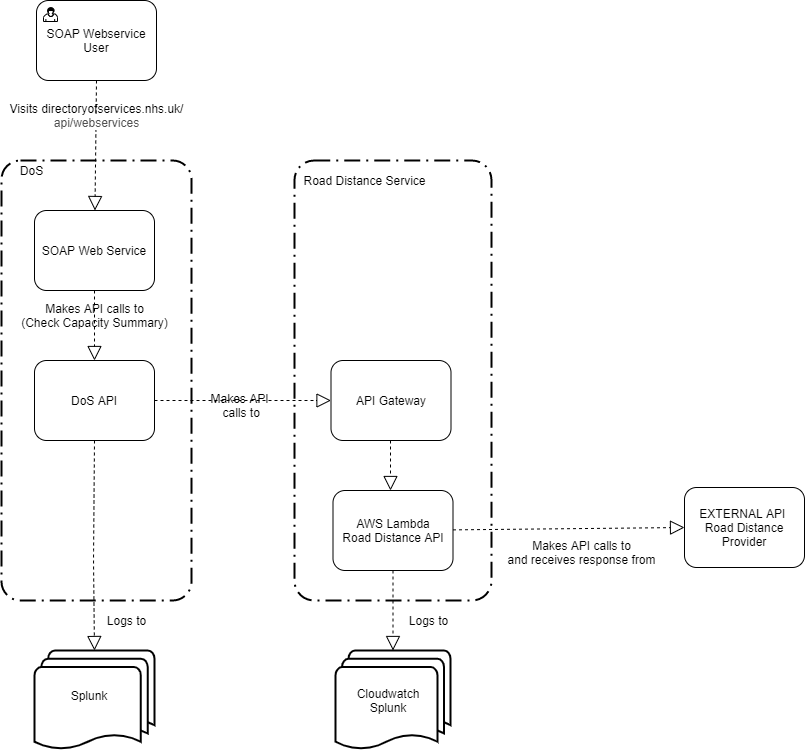
This is documentation/diagrams/Road Distance Pilot - 2 Containers.png from nhsd-exeter/dos-road-distance, a draw.io export, as it was before one commit. Source tidied: cells renumbered, new cells last; positions are measured from the earlier drawing's top-left corner, leaving out a move shared by most shapes. Its diagram source:
```xml
<mxGraphModel>
  <root>
    <mxCell id="0" />
    <mxCell id="1" parent="0" />
    <mxCell id="2" style="rounded=1;arcSize=10;dashed=1;strokeColor=#000000;fillColor=none;gradientColor=none;dashPattern=8 3 1 3;strokeWidth=2;" parent="1" vertex="1">
      <mxGeometry y="160" width="190" height="440" as="geometry" />
    </mxCell>
    <mxCell id="3" style="rounded=1;arcSize=10;dashed=1;strokeColor=#000000;fillColor=none;gradientColor=none;dashPattern=8 3 1 3;strokeWidth=2;" parent="1" vertex="1">
      <mxGeometry x="293" y="160" width="197" height="440" as="geometry" />
    </mxCell>
    <mxCell id="4" value="SOAP Webservice User" style="html=1;whiteSpace=wrap;rounded=1;" parent="1" vertex="1">
      <mxGeometry x="35" width="120" height="80" as="geometry" />
    </mxCell>
    <mxCell id="5" style="html=1;shape=mxgraph.bpmn.user_task;" parent="4" vertex="1">
      <mxGeometry width="14" height="14" relative="1" as="geometry">
        <mxPoint x="7" y="7" as="offset" />
      </mxGeometry>
    </mxCell>
    <mxCell id="6" value="AWS Lambda&lt;br&gt;Road Distance API" style="html=1;whiteSpace=wrap;rounded=1;" parent="1" vertex="1">
      <mxGeometry x="331.5" y="490" width="120" height="80" as="geometry" />
    </mxCell>
    <mxCell id="7" value="DoS API" style="rounded=1;whiteSpace=wrap;html=1;" parent="1" vertex="1">
      <mxGeometry x="33" y="360" width="120" height="80" as="geometry" />
    </mxCell>
    <mxCell id="8" value="EXTERNAL API&amp;nbsp;&lt;br&gt;Road Distance Provider" style="rounded=1;whiteSpace=wrap;html=1;" parent="1" vertex="1">
      <mxGeometry x="683" y="487" width="120" height="80" as="geometry" />
    </mxCell>
    <mxCell id="9" value="DoS" style="text;html=1;align=center;verticalAlign=middle;" parent="1" vertex="1">
      <mxGeometry x="10" y="160" width="40" height="20" as="geometry" />
    </mxCell>
    <mxCell id="10" value="SOAP Web Service" style="rounded=1;whiteSpace=wrap;html=1;" parent="1" vertex="1">
      <mxGeometry x="33" y="210" width="120" height="80" as="geometry" />
    </mxCell>
    <mxCell id="11" style="endArrow=block;dashed=1;endFill=0;endSize=12;html=1;exitX=0.5;exitY=1;exitDx=0;exitDy=0;entryX=0.5;entryY=0;entryDx=0;entryDy=0;" parent="1" edge="1" source="10" target="7">
      <mxGeometry relative="1" as="geometry" />
    </mxCell>
    <mxCell id="12" style="endArrow=block;dashed=1;endFill=0;endSize=12;html=1;exitX=0.5;exitY=1;exitDx=0;exitDy=0;" parent="1" edge="1" target="10">
      <mxGeometry relative="1" as="geometry">
        <mxPoint x="95" y="80" as="sourcePoint" />
      </mxGeometry>
    </mxCell>
    <mxCell id="13" style="endArrow=block;dashed=1;endFill=0;endSize=12;html=1;exitX=1;exitY=0.5;exitDx=0;exitDy=0;entryX=0;entryY=0.5;entryDx=0;entryDy=0;" parent="1" edge="1" source="7" target="28">
      <mxGeometry relative="1" as="geometry" />
    </mxCell>
    <mxCell id="14" style="endArrow=block;dashed=1;endFill=0;endSize=12;html=1;entryX=0;entryY=0.5;entryDx=0;entryDy=0;" parent="1" edge="1" source="6" target="8">
      <mxGeometry relative="1" as="geometry" />
    </mxCell>
    <mxCell id="15" value="Visits directoryofservices.nhs.uk/&lt;br&gt;&lt;span style=&quot;color: rgb(80 , 80 , 80) ; font-family: &amp;#34;inter&amp;#34; , &amp;#34;opensans&amp;#34; , &amp;#34;helvetica&amp;#34; , &amp;#34;arial&amp;#34; , sans-serif ; text-align: left ; background-color: rgb(255 , 255 , 255)&quot;&gt;api/webservices&lt;/span&gt;" style="text;html=1;align=center;verticalAlign=middle;" parent="1" vertex="1">
      <mxGeometry y="100" width="190" height="30" as="geometry" />
    </mxCell>
    <mxCell id="16" value="Makes API calls to&lt;br&gt;(Check Capacity Summary)" style="text;html=1;align=center;verticalAlign=middle;points=[];" parent="1" vertex="1">
      <mxGeometry x="13" y="300" width="160" height="30" as="geometry" />
    </mxCell>
    <mxCell id="17" value="Makes API calls to&lt;br&gt;and receives response from" style="text;html=1;align=center;verticalAlign=middle;" parent="1" vertex="1">
      <mxGeometry x="500" y="537" width="160" height="30" as="geometry" />
    </mxCell>
    <mxCell id="18" style="endArrow=block;dashed=1;endFill=0;endSize=12;html=1;exitX=0.5;exitY=1;exitDx=0;exitDy=0;entryX=0.5;entryY=0;entryDx=0;entryDy=0;entryPerimeter=0;" parent="1" edge="1" source="6" target="24">
      <mxGeometry relative="1" as="geometry" />
    </mxCell>
    <mxCell id="19" value="Logs to" style="text;html=1;align=center;verticalAlign=middle;" parent="1" vertex="1">
      <mxGeometry x="397" y="610" width="60" height="20" as="geometry" />
    </mxCell>
    <mxCell id="20" style="endArrow=block;dashed=1;endFill=0;endSize=12;html=1;entryX=0.5;entryY=0;entryDx=0;entryDy=0;entryPerimeter=0;exitX=0.5;exitY=1;exitDx=0;exitDy=0;" parent="1" edge="1" source="7" target="22">
      <mxGeometry relative="1" as="geometry">
        <Array as="points">
          <mxPoint x="92" y="560" />
        </Array>
      </mxGeometry>
    </mxCell>
    <mxCell id="21" value="Logs to" style="text;html=1;align=center;verticalAlign=middle;" parent="1" vertex="1">
      <mxGeometry x="95" y="610" width="60" height="20" as="geometry" />
    </mxCell>
    <mxCell id="22" style="strokeWidth=2;html=1;shape=mxgraph.flowchart.multi-document;whiteSpace=wrap;" parent="1" vertex="1">
      <mxGeometry x="33" y="650" width="120" height="100" as="geometry" />
    </mxCell>
    <mxCell id="23" style="group;" parent="1" vertex="1">
      <mxGeometry x="334" y="650" width="115" height="100" as="geometry" />
    </mxCell>
    <mxCell id="24" style="strokeWidth=2;html=1;shape=mxgraph.flowchart.multi-document;whiteSpace=wrap;" parent="23" vertex="1">
      <mxGeometry width="115" height="100" as="geometry" />
    </mxCell>
    <mxCell id="25" value="Cloudwatch&lt;br&gt;Splunk" style="text;html=1;strokeColor=none;fillColor=none;align=center;verticalAlign=middle;whiteSpace=wrap;rounded=0;" parent="23" vertex="1">
      <mxGeometry x="15" y="25" width="76" height="50" as="geometry" />
    </mxCell>
    <mxCell id="26" value="Road Distance Service" style="text;html=1;align=center;verticalAlign=middle;" parent="1" vertex="1">
      <mxGeometry x="293" y="170" width="140" height="20" as="geometry" />
    </mxCell>
    <mxCell id="27" value="Makes API&lt;br&gt;&amp;nbsp;calls to" style="text;html=1;align=center;verticalAlign=middle;" parent="1" vertex="1">
      <mxGeometry x="203" y="390" width="70" height="30" as="geometry" />
    </mxCell>
    <mxCell id="28" value="API Gateway" style="html=1;whiteSpace=wrap;rounded=1;" parent="1" vertex="1">
      <mxGeometry x="329.5" y="360" width="120" height="80" as="geometry" />
    </mxCell>
    <mxCell id="29" value="Splunk" style="text;html=1;strokeColor=none;fillColor=none;align=center;verticalAlign=middle;whiteSpace=wrap;rounded=0;" parent="1" vertex="1">
      <mxGeometry x="50" y="670" width="76" height="50" as="geometry" />
    </mxCell>
    <mxCell id="30" style="endArrow=block;dashed=1;endFill=0;endSize=12;html=1;entryX=0.5;entryY=0;entryDx=0;entryDy=0;" parent="1" edge="1">
      <mxGeometry relative="1" as="geometry">
        <mxPoint x="389" y="440" as="sourcePoint" />
        <mxPoint x="389" y="490" as="targetPoint" />
      </mxGeometry>
    </mxCell>
  </root>
</mxGraphModel>
```
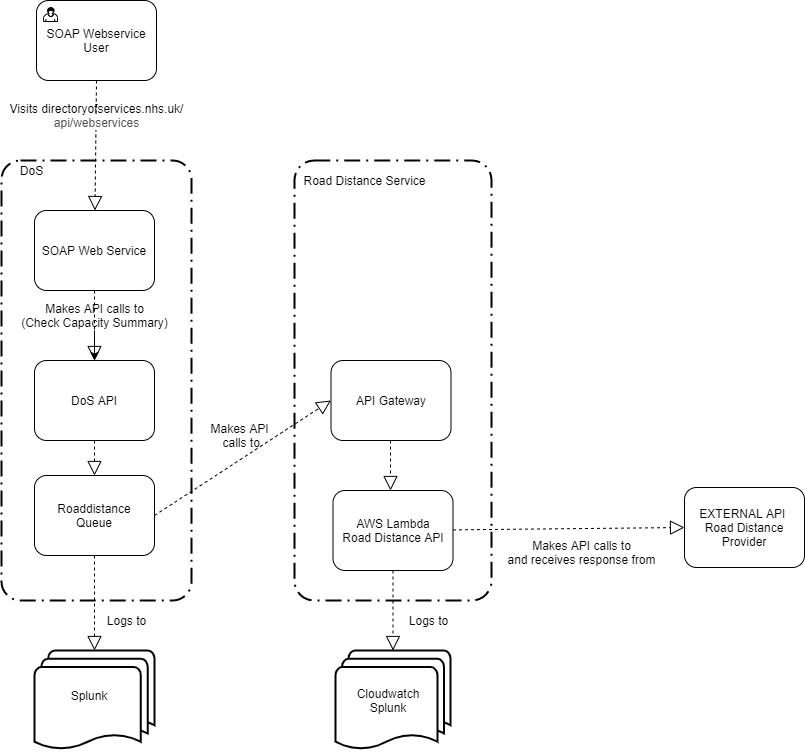
Later version of the same file.

Commit message:
DSF-5 Moved documentation and updated 2 and 3 to include queue

Change to the diagram source:
```diff
@@ -39,7 +39,7 @@
         <mxPoint x="95" y="80" as="sourcePoint" />
       </mxGeometry>
     </mxCell>
-    <mxCell id="13" style="endArrow=block;dashed=1;endFill=0;endSize=12;html=1;exitX=1;exitY=0.5;exitDx=0;exitDy=0;entryX=0;entryY=0.5;entryDx=0;entryDy=0;" parent="1" edge="1" source="7" target="28">
+    <mxCell id="13" style="endArrow=block;dashed=1;endFill=0;endSize=12;html=1;exitX=1;exitY=0.5;exitDx=0;exitDy=0;entryX=0;entryY=0.5;entryDx=0;entryDy=0;" parent="1" edge="1" source="32" target="28">
       <mxGeometry relative="1" as="geometry" />
     </mxCell>
     <mxCell id="14" style="endArrow=block;dashed=1;endFill=0;endSize=12;html=1;entryX=0;entryY=0.5;entryDx=0;entryDy=0;" parent="1" edge="1" source="6" target="8">
@@ -48,6 +48,9 @@
     <mxCell id="15" value="Visits directoryofservices.nhs.uk/&lt;br&gt;&lt;span style=&quot;color: rgb(80 , 80 , 80) ; font-family: &amp;#34;inter&amp;#34; , &amp;#34;opensans&amp;#34; , &amp;#34;helvetica&amp;#34; , &amp;#34;arial&amp;#34; , sans-serif ; text-align: left ; background-color: rgb(255 , 255 , 255)&quot;&gt;api/webservices&lt;/span&gt;" style="text;html=1;align=center;verticalAlign=middle;" parent="1" vertex="1">
       <mxGeometry y="100" width="190" height="30" as="geometry" />
     </mxCell>
+    <mxCell id="31" style="edgeStyle=orthogonalEdgeStyle;rounded=0;jettySize=auto;html=1;" parent="1" edge="1" source="16" target="7">
+      <mxGeometry relative="1" as="geometry" />
+    </mxCell>
     <mxCell id="16" value="Makes API calls to&lt;br&gt;(Check Capacity Summary)" style="text;html=1;align=center;verticalAlign=middle;points=[];" parent="1" vertex="1">
       <mxGeometry x="13" y="300" width="160" height="30" as="geometry" />
     </mxCell>
@@ -60,13 +63,6 @@
     <mxCell id="19" value="Logs to" style="text;html=1;align=center;verticalAlign=middle;" parent="1" vertex="1">
       <mxGeometry x="397" y="610" width="60" height="20" as="geometry" />
     </mxCell>
-    <mxCell id="20" style="endArrow=block;dashed=1;endFill=0;endSize=12;html=1;entryX=0.5;entryY=0;entryDx=0;entryDy=0;entryPerimeter=0;exitX=0.5;exitY=1;exitDx=0;exitDy=0;" parent="1" edge="1" source="7" target="22">
-      <mxGeometry relative="1" as="geometry">
-        <Array as="points">
-          <mxPoint x="92" y="560" />
-        </Array>
-      </mxGeometry>
-    </mxCell>
     <mxCell id="21" value="Logs to" style="text;html=1;align=center;verticalAlign=middle;" parent="1" vertex="1">
       <mxGeometry x="95" y="610" width="60" height="20" as="geometry" />
     </mxCell>
@@ -86,7 +82,7 @@
       <mxGeometry x="293" y="170" width="140" height="20" as="geometry" />
     </mxCell>
     <mxCell id="27" value="Makes API&lt;br&gt;&amp;nbsp;calls to" style="text;html=1;align=center;verticalAlign=middle;" parent="1" vertex="1">
-      <mxGeometry x="203" y="390" width="70" height="30" as="geometry" />
+      <mxGeometry x="203" y="420" width="70" height="30" as="geometry" />
     </mxCell>
     <mxCell id="28" value="API Gateway" style="html=1;whiteSpace=wrap;rounded=1;" parent="1" vertex="1">
       <mxGeometry x="329.5" y="360" width="120" height="80" as="geometry" />
@@ -100,5 +96,14 @@
         <mxPoint x="389" y="490" as="targetPoint" />
       </mxGeometry>
     </mxCell>
+    <mxCell id="32" value="Roaddistance&lt;br&gt;Queue" style="rounded=1;whiteSpace=wrap;html=1;" parent="1" vertex="1">
+      <mxGeometry x="33" y="475" width="120" height="80" as="geometry" />
+    </mxCell>
+    <mxCell id="33" style="endArrow=block;dashed=1;endFill=0;endSize=12;html=1;exitX=0.5;exitY=1;exitDx=0;exitDy=0;entryX=0.5;entryY=0;entryDx=0;entryDy=0;" parent="1" edge="1" source="7" target="32">
+      <mxGeometry relative="1" as="geometry" />
+    </mxCell>
+    <mxCell id="34" style="endArrow=block;dashed=1;endFill=0;endSize=12;html=1;exitX=0.5;exitY=1;exitDx=0;exitDy=0;entryX=0.5;entryY=0;entryDx=0;entryDy=0;entryPerimeter=0;" parent="1" edge="1" source="32" target="22">
+      <mxGeometry relative="1" as="geometry" />
+    </mxCell>
   </root>
 </mxGraphModel>
```
